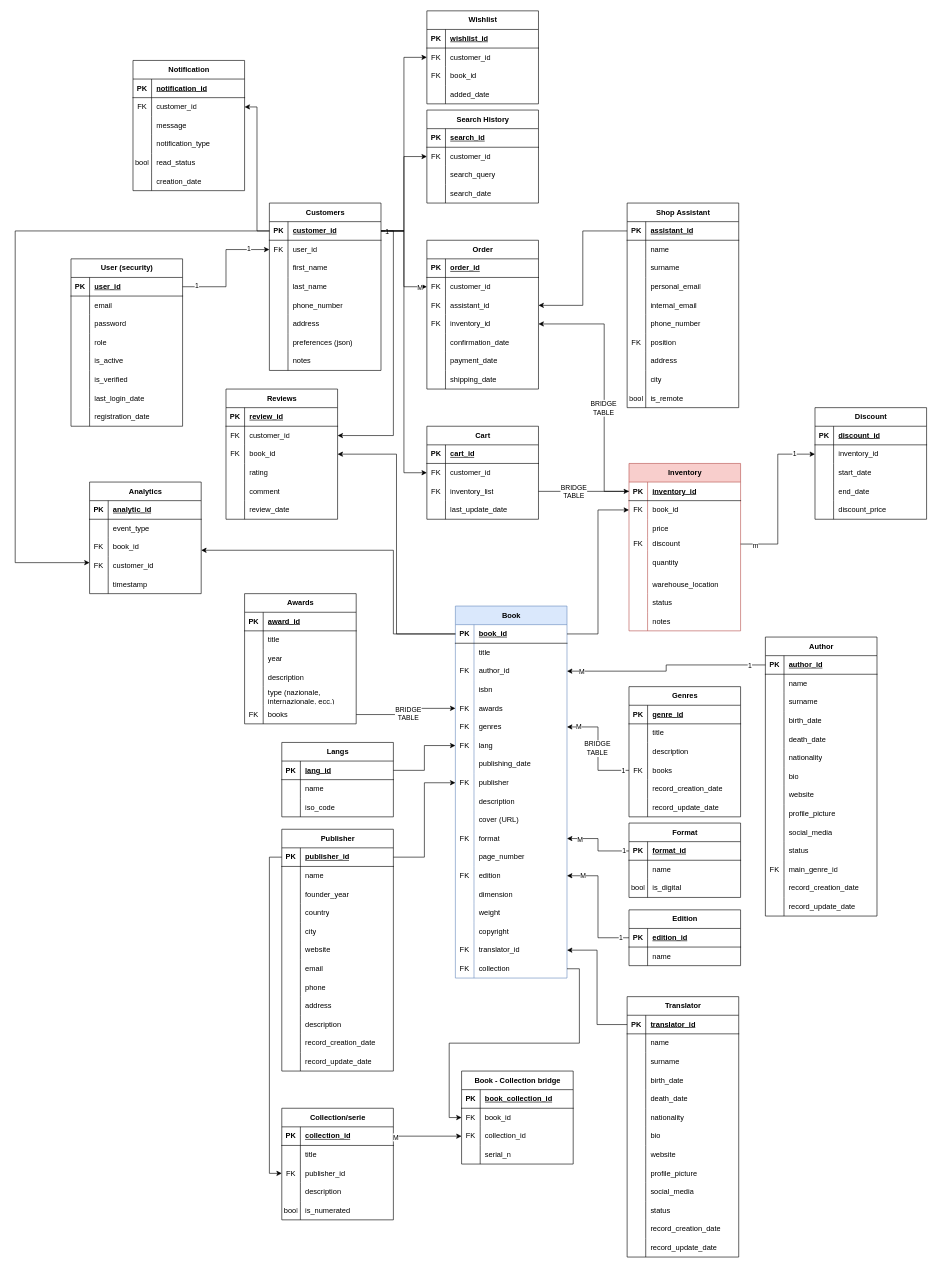
Earlier version of the draw.io diagram virtual-bookstore.drawio (AntonioStrignano/virtual-bookstore). Source tidied: cells renumbered, new cells numbered last; positions are measured from the earlier drawing's top-left corner, leaving out a move shared by most shapes. Both pictures are drawn from the tidied source at 62%, with x=0, y=0 at pixel (15, 11).
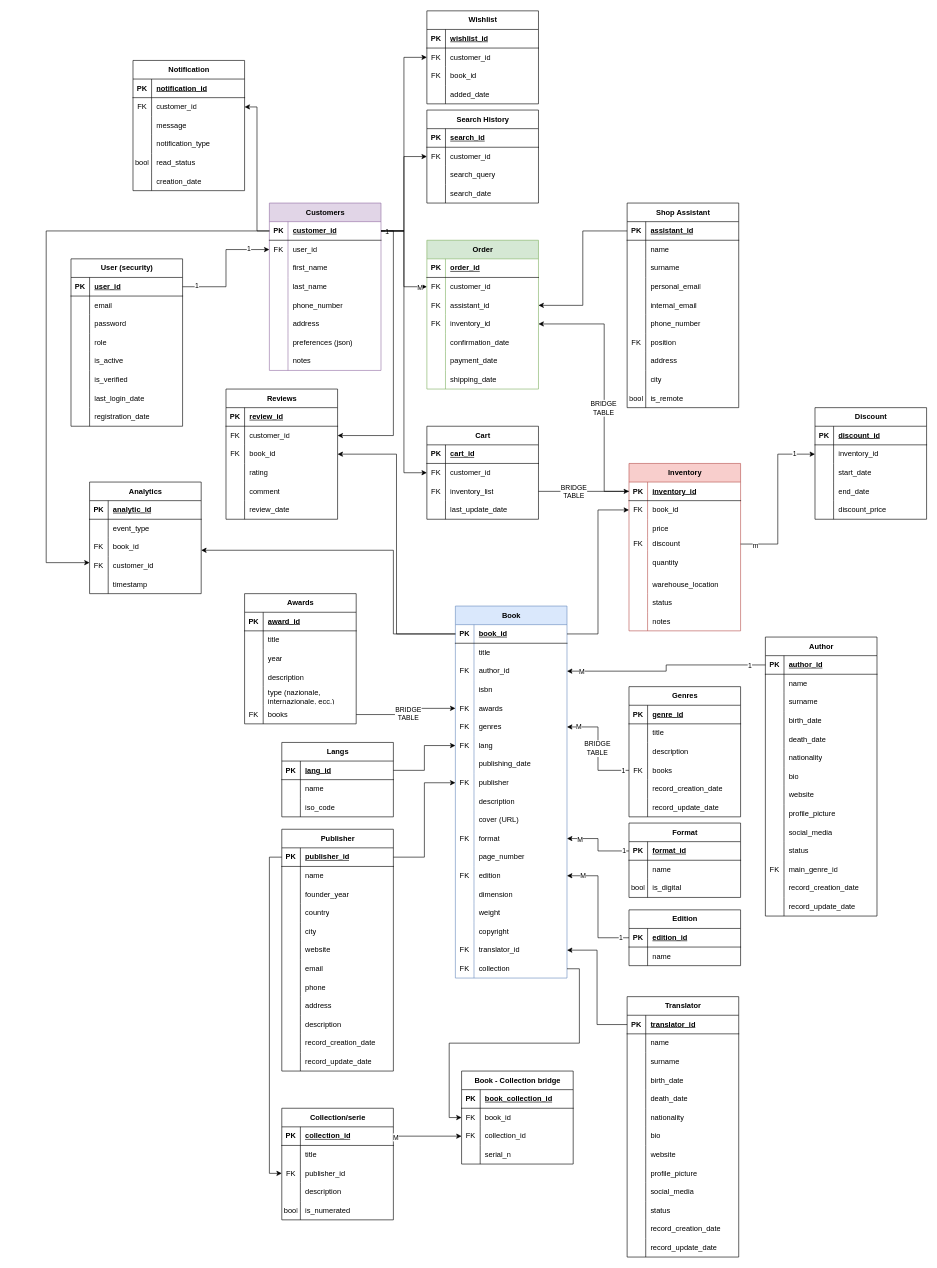
The same diagram, later.

The change refers to these unchanged cells:
```xml
<mxCell id="398" style="shape=tableRow;horizontal=0;startSize=0;swimlaneHead=0;swimlaneBody=0;fillColor=none;points=[[0,0.5],[1,0.5]];portConstraint=eastwest;top=0;left=0;right=0;bottom=1;" parent="397" vertex="1">
  <mxGeometry y="30" width="180" height="30" as="geometry" />
</mxCell>
<mxCell id="548" style="shape=tableRow;horizontal=0;startSize=0;swimlaneHead=0;swimlaneBody=0;fillColor=none;points=[[0,0.5],[1,0.5]];portConstraint=eastwest;top=0;left=0;right=0;bottom=0;" parent="538" vertex="1">
  <mxGeometry y="120" width="180" height="30" as="geometry" />
</mxCell>
```

The edit, as a diff of the source:
```diff
@@
-    <mxCell id="341" value="Order" style="shape=table;startSize=30;childLayout=tableLayout;rowLines=0;fontStyle=1;align=center;html=1;" parent="1" vertex="1">
+    <mxCell id="341" value="Order" style="shape=table;startSize=30;childLayout=tableLayout;rowLines=0;fontStyle=1;align=center;html=1;fillColor=#d5e8d4;strokeColor=#82b366;" parent="1" vertex="1">
       <mxGeometry x="664" y="370" width="180" height="240" as="geometry" />
     </mxCell>
@@
-    <mxCell id="397" value="Customers" style="shape=table;startSize=30;childLayout=tableLayout;rowLines=0;fontStyle=1;align=center;html=1;" parent="1" vertex="1">
+    <mxCell id="397" value="Customers" style="shape=table;startSize=30;childLayout=tableLayout;rowLines=0;fontStyle=1;align=center;html=1;fillColor=#e1d5e7;strokeColor=#9673a6;" parent="1" vertex="1">
       <mxGeometry x="410" y="310" width="180" height="270" as="geometry" />
     </mxCell>
@@
     <mxCell id="555" style="edgeStyle=orthogonalEdgeStyle;rounded=0;jettySize=auto;html=1;" parent="1" edge="1" source="398" target="548">
       <mxGeometry relative="1" as="geometry">
         <Array as="points">
-          <mxPoint y="355" />
-          <mxPoint y="890" />
+          <mxPoint x="50" y="355" />
+          <mxPoint x="50" y="890" />
         </Array>
       </mxGeometry>
     </mxCell>
```
